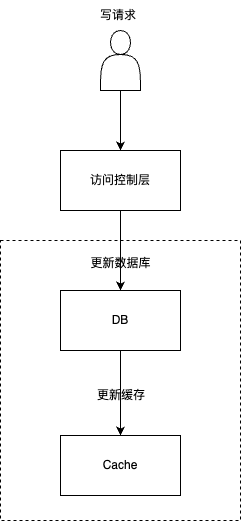
The draw.io diagram write-behind.png in qinjianmin/draw.io, before a commit. Source tidied: cells renumbered, new cells last; positions are measured from the earlier drawing's top-left corner, leaving out a move shared by most shapes.
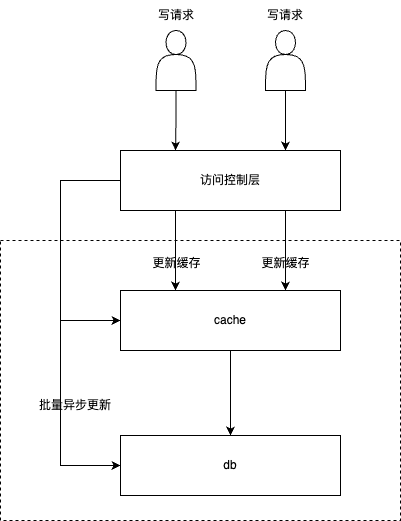
The same diagram one commit later.

Change to the diagram source:
```diff
@@ -3,37 +3,65 @@
     <mxCell id="0" />
     <mxCell id="1" parent="0" />
     <mxCell id="2" style="rounded=0;whiteSpace=wrap;html=1;fillColor=none;dashed=1;" parent="1" vertex="1">
-      <mxGeometry y="240" width="240" height="280" as="geometry" />
+      <mxGeometry x="-60" y="240" width="400" height="280" as="geometry" />
     </mxCell>
     <mxCell id="3" value="写请求" style="text;html=1;strokeColor=none;fillColor=none;align=center;verticalAlign=middle;whiteSpace=wrap;rounded=0;" parent="1" vertex="1">
-      <mxGeometry x="87.5" width="60" height="30" as="geometry" />
+      <mxGeometry x="85.5" width="60" height="30" as="geometry" />
     </mxCell>
     <mxCell id="4" style="edgeStyle=orthogonalEdgeStyle;rounded=0;jettySize=auto;html=1;" parent="1" edge="1" source="5" target="6">
       <mxGeometry relative="1" as="geometry" />
     </mxCell>
+    <mxCell id="13" style="edgeStyle=orthogonalEdgeStyle;rounded=0;jettySize=auto;html=1;endArrow=none;endFill=0;startArrow=classic;startFill=1;" parent="1" edge="1" source="5">
+      <mxGeometry relative="1" as="geometry">
+        <mxPoint y="320" as="targetPoint" />
+      </mxGeometry>
+    </mxCell>
-    <mxCell id="5" value="DB" style="whiteSpace=wrap;html=1;" parent="1" vertex="1">
-      <mxGeometry x="60" y="290" width="120" height="60" as="geometry" />
+    <mxCell id="5" value="cache" style="whiteSpace=wrap;html=1;" parent="1" vertex="1">
+      <mxGeometry x="60" y="290" width="220" height="60" as="geometry" />
     </mxCell>
-    <mxCell id="6" value="Cache" style="whiteSpace=wrap;html=1;" parent="1" vertex="1">
-      <mxGeometry x="60" y="435" width="120" height="60" as="geometry" />
+    <mxCell id="6" value="db" style="whiteSpace=wrap;html=1;" parent="1" vertex="1">
+      <mxGeometry x="60" y="435" width="220" height="60" as="geometry" />
     </mxCell>
-    <mxCell id="7" value="更新数据库" style="text;html=1;strokeColor=none;fillColor=none;align=center;verticalAlign=middle;whiteSpace=wrap;rounded=0;" parent="1" vertex="1">
-      <mxGeometry x="77.5" y="248" width="85" height="30" as="geometry" />
+    <mxCell id="7" value="更新缓存" style="text;html=1;strokeColor=none;fillColor=none;align=center;verticalAlign=middle;whiteSpace=wrap;rounded=0;" parent="1" vertex="1">
+      <mxGeometry x="73.5" y="248" width="85" height="30" as="geometry" />
     </mxCell>
-    <mxCell id="8" value="更新缓存" style="text;html=1;strokeColor=none;fillColor=none;align=center;verticalAlign=middle;whiteSpace=wrap;rounded=0;" parent="1" vertex="1">
-      <mxGeometry x="91" y="380" width="60" height="30" as="geometry" />
+    <mxCell id="8" value="批量异步更新" style="text;html=1;strokeColor=none;fillColor=none;align=center;verticalAlign=middle;whiteSpace=wrap;rounded=0;" parent="1" vertex="1">
+      <mxGeometry x="-30" y="390" width="90" height="30" as="geometry" />
     </mxCell>
-    <mxCell id="9" style="edgeStyle=orthogonalEdgeStyle;rounded=0;jettySize=auto;html=1;entryX=0.5;entryY=0;entryDx=0;entryDy=0;" parent="1" edge="1" source="10" target="12">
+    <mxCell id="9" style="edgeStyle=orthogonalEdgeStyle;rounded=0;jettySize=auto;html=1;entryX=0.25;entryY=0;entryDx=0;entryDy=0;" parent="1" edge="1" source="10" target="12">
       <mxGeometry relative="1" as="geometry" />
     </mxCell>
     <mxCell id="10" style="shape=actor;whiteSpace=wrap;html=1;" parent="1" vertex="1">
-      <mxGeometry x="100" y="30" width="40" height="60" as="geometry" />
+      <mxGeometry x="95.5" y="30" width="40" height="60" as="geometry" />
     </mxCell>
-    <mxCell id="11" style="edgeStyle=orthogonalEdgeStyle;rounded=0;jettySize=auto;html=1;entryX=0.5;entryY=0;entryDx=0;entryDy=0;" parent="1" edge="1" source="12" target="5">
-      <mxGeometry relative="1" as="geometry" />
-    </mxCell>
+    <mxCell id="14" style="edgeStyle=orthogonalEdgeStyle;rounded=0;jettySize=auto;html=1;exitX=0.25;exitY=1;exitDx=0;exitDy=0;entryX=0.25;entryY=0;entryDx=0;entryDy=0;" parent="1" edge="1" source="12" target="5">
+      <mxGeometry relative="1" as="geometry" />
+    </mxCell>
+    <mxCell id="15" style="edgeStyle=orthogonalEdgeStyle;rounded=0;jettySize=auto;html=1;exitX=0.75;exitY=1;exitDx=0;exitDy=0;entryX=0.75;entryY=0;entryDx=0;entryDy=0;" parent="1" edge="1" source="12" target="5">
+      <mxGeometry relative="1" as="geometry" />
+    </mxCell>
+    <mxCell id="16" style="edgeStyle=orthogonalEdgeStyle;rounded=0;jettySize=auto;html=1;entryX=0;entryY=0.5;entryDx=0;entryDy=0;" parent="1" edge="1" source="12" target="6">
+      <mxGeometry relative="1" as="geometry">
+        <Array as="points">
+          <mxPoint y="180" />
+          <mxPoint y="465" />
+        </Array>
+      </mxGeometry>
+    </mxCell>
     <mxCell id="12" value="访问控制层" style="whiteSpace=wrap;html=1;" parent="1" vertex="1">
-      <mxGeometry x="60" y="150" width="120" height="60" as="geometry" />
+      <mxGeometry x="60" y="150" width="220" height="60" as="geometry" />
     </mxCell>
+    <mxCell id="17" value="写请求" style="text;html=1;strokeColor=none;fillColor=none;align=center;verticalAlign=middle;whiteSpace=wrap;rounded=0;" parent="1" vertex="1">
+      <mxGeometry x="195" width="60" height="30" as="geometry" />
+    </mxCell>
+    <mxCell id="18" style="edgeStyle=orthogonalEdgeStyle;rounded=0;jettySize=auto;html=1;entryX=0.75;entryY=0;entryDx=0;entryDy=0;" parent="1" edge="1" source="19" target="12">
+      <mxGeometry relative="1" as="geometry" />
+    </mxCell>
+    <mxCell id="19" style="shape=actor;whiteSpace=wrap;html=1;" parent="1" vertex="1">
+      <mxGeometry x="205" y="30" width="40" height="60" as="geometry" />
+    </mxCell>
+    <mxCell id="20" value="更新缓存" style="text;html=1;strokeColor=none;fillColor=none;align=center;verticalAlign=middle;whiteSpace=wrap;rounded=0;" parent="1" vertex="1">
+      <mxGeometry x="182.5" y="248" width="85" height="30" as="geometry" />
+    </mxCell>
   </root>
 </mxGraphModel>
```
